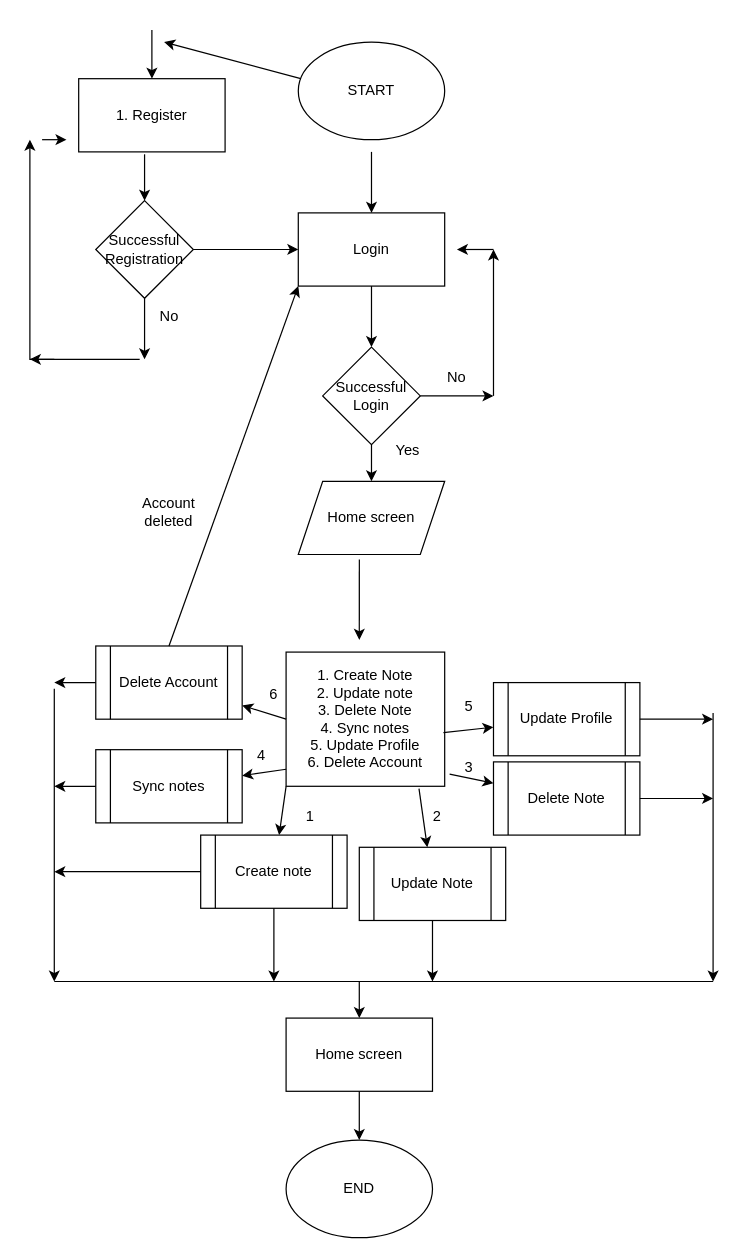
Before: Docs and Statics/Untitled.drawio in jamie-codez/Note-Me, a draw.io diagram. Source tidied: cells renumbered, new cells numbered last; positions are measured from the earlier drawing's top-left corner, leaving out a move shared by most shapes. Both pictures are drawn from the tidied source at 122%, with x=0, y=0 at pixel (29, 29).
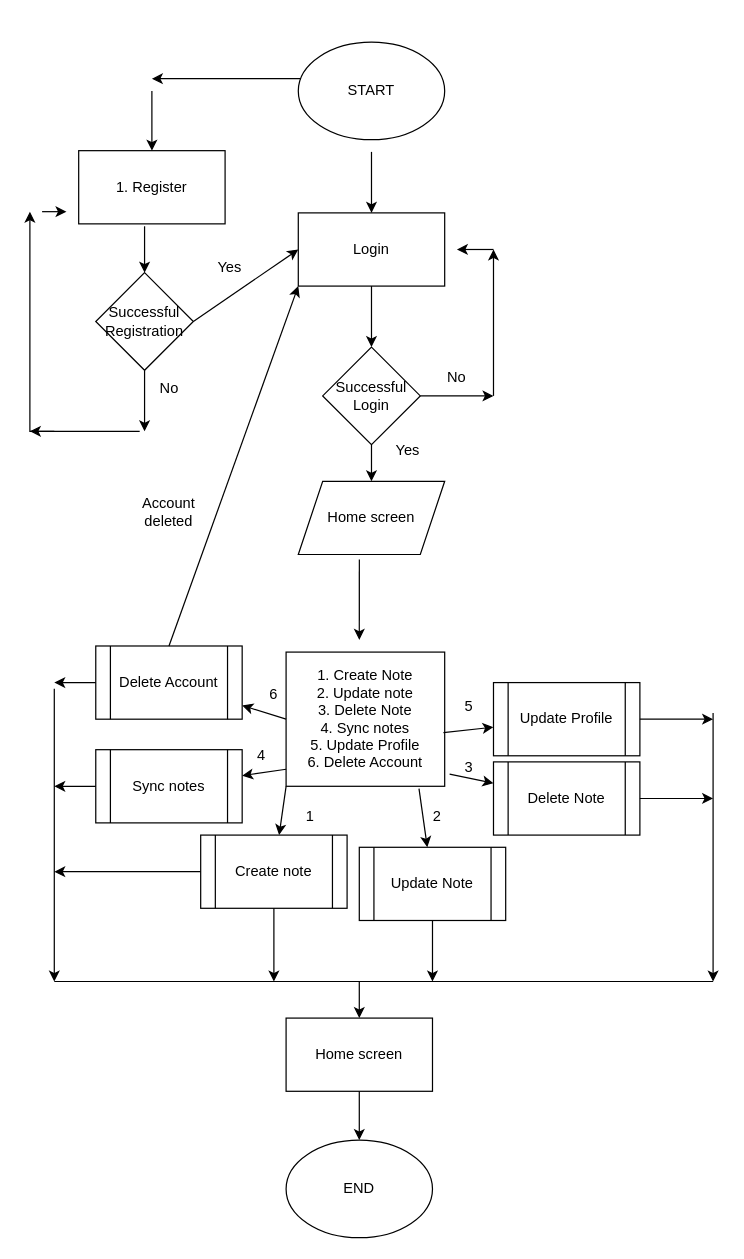
After the change.

The change refers to these unchanged cells:
```xml
<mxCell id="53" value="START" style="ellipse;whiteSpace=wrap;html=1;" parent="1" vertex="1">
  <mxGeometry x="220" y="10" width="120" height="80" as="geometry" />
</mxCell>
```

Diff of the diagram source:
```diff
@@
     <mxCell id="2" value="1. Register" style="rounded=0;whiteSpace=wrap;html=1;" parent="1" vertex="1">
-      <mxGeometry x="40" y="40" width="120" height="60" as="geometry" />
+      <mxGeometry x="40" y="99" width="120" height="60" as="geometry" />
     </mxCell>
@@
     <mxCell id="4" value="Successful&lt;br&gt;Registration" style="rhombus;whiteSpace=wrap;html=1;" parent="1" vertex="1">
-      <mxGeometry x="54" y="140" width="80" height="80" as="geometry" />
+      <mxGeometry x="54" y="199" width="80" height="80" as="geometry" />
     </mxCell>
     <mxCell id="5" style="endArrow=classic;html=1;rounded=0;exitX=0.5;exitY=1;exitDx=0;exitDy=0;" parent="1" edge="1" source="4">
       <mxGeometry relative="1" as="geometry">
-        <mxPoint x="94" y="270" as="targetPoint" />
+        <mxPoint x="94" y="329" as="targetPoint" />
       </mxGeometry>
     </mxCell>
     <mxCell id="6" style="endArrow=classic;html=1;rounded=0;" parent="1" edge="1">
       <mxGeometry relative="1" as="geometry">
-        <mxPoint x="90" y="270" as="sourcePoint" />
-        <mxPoint y="270" as="targetPoint" />
+        <mxPoint x="90" y="329" as="sourcePoint" />
+        <mxPoint y="329" as="targetPoint" />
       </mxGeometry>
     </mxCell>
     <mxCell id="7" style="endArrow=classic;html=1;rounded=0;" parent="1" edge="1">
       <mxGeometry relative="1" as="geometry">
-        <mxPoint x="20" y="270" as="sourcePoint" />
-        <mxPoint y="90" as="targetPoint" />
+        <mxPoint x="20" y="329" as="sourcePoint" />
+        <mxPoint y="149" as="targetPoint" />
         <Array as="points">
-          <mxPoint y="270" />
+          <mxPoint y="329" />
         </Array>
       </mxGeometry>
     </mxCell>
     <mxCell id="8" value="No" style="text;html=1;align=center;verticalAlign=middle;strokeColor=none;fillColor=none;" parent="1" vertex="1">
-      <mxGeometry x="94" y="220" width="40" height="30" as="geometry" />
+      <mxGeometry x="94" y="279" width="40" height="30" as="geometry" />
     </mxCell>
@@
     <mxCell id="10" style="endArrow=classic;html=1;rounded=0;entryX=0.5;entryY=0;entryDx=0;entryDy=0;" parent="1" edge="1" target="2">
       <mxGeometry relative="1" as="geometry">
-        <mxPoint x="100" as="sourcePoint" />
+        <mxPoint x="100" y="50" as="sourcePoint" />
       </mxGeometry>
     </mxCell>
     <mxCell id="11" style="endArrow=classic;html=1;rounded=0;" parent="1" edge="1">
       <mxGeometry relative="1" as="geometry">
-        <mxPoint x="10" y="90" as="sourcePoint" />
-        <mxPoint x="30" y="90" as="targetPoint" />
+        <mxPoint x="10" y="149" as="sourcePoint" />
+        <mxPoint x="30" y="149" as="targetPoint" />
       </mxGeometry>
     </mxCell>
@@
     <mxCell id="54" style="endArrow=classic;html=1;rounded=0;exitX=0.017;exitY=0.375;exitDx=0;exitDy=0;exitPerimeter=0;" parent="1" edge="1" source="53">
       <mxGeometry relative="1" as="geometry">
-        <mxPoint x="110" y="10" as="targetPoint" />
+        <mxPoint x="100" y="40" as="targetPoint" />
       </mxGeometry>
     </mxCell>
@@
+    <mxCell id="61" value="Yes" style="text;html=1;strokeColor=none;fillColor=none;align=center;verticalAlign=middle;whiteSpace=wrap;rounded=0;" parent="1" vertex="1">
+      <mxGeometry x="134" y="180" width="60" height="30" as="geometry" />
+    </mxCell>
```
